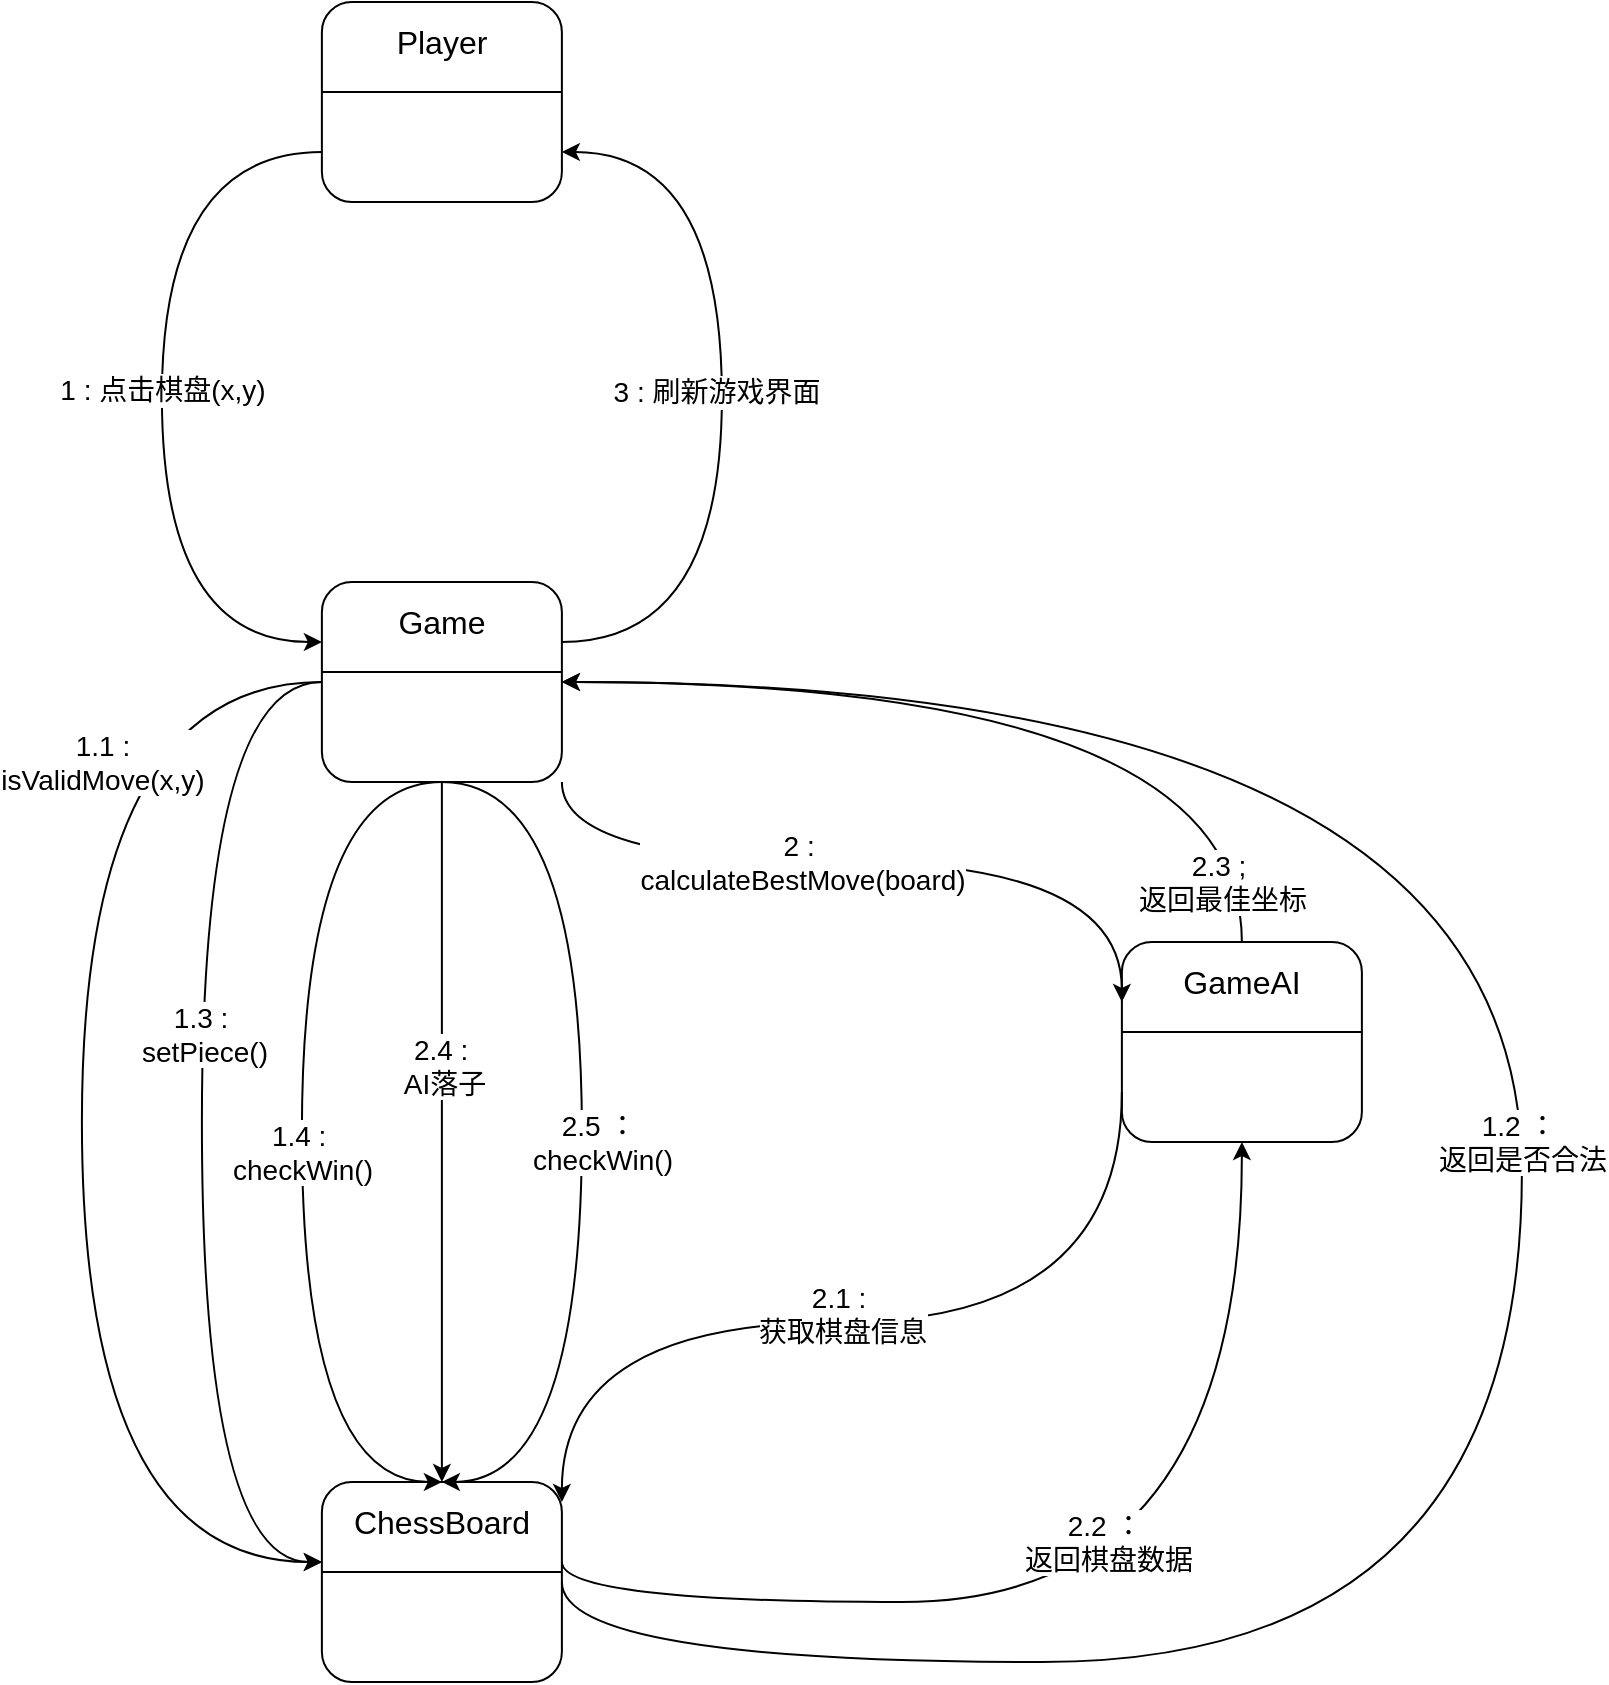
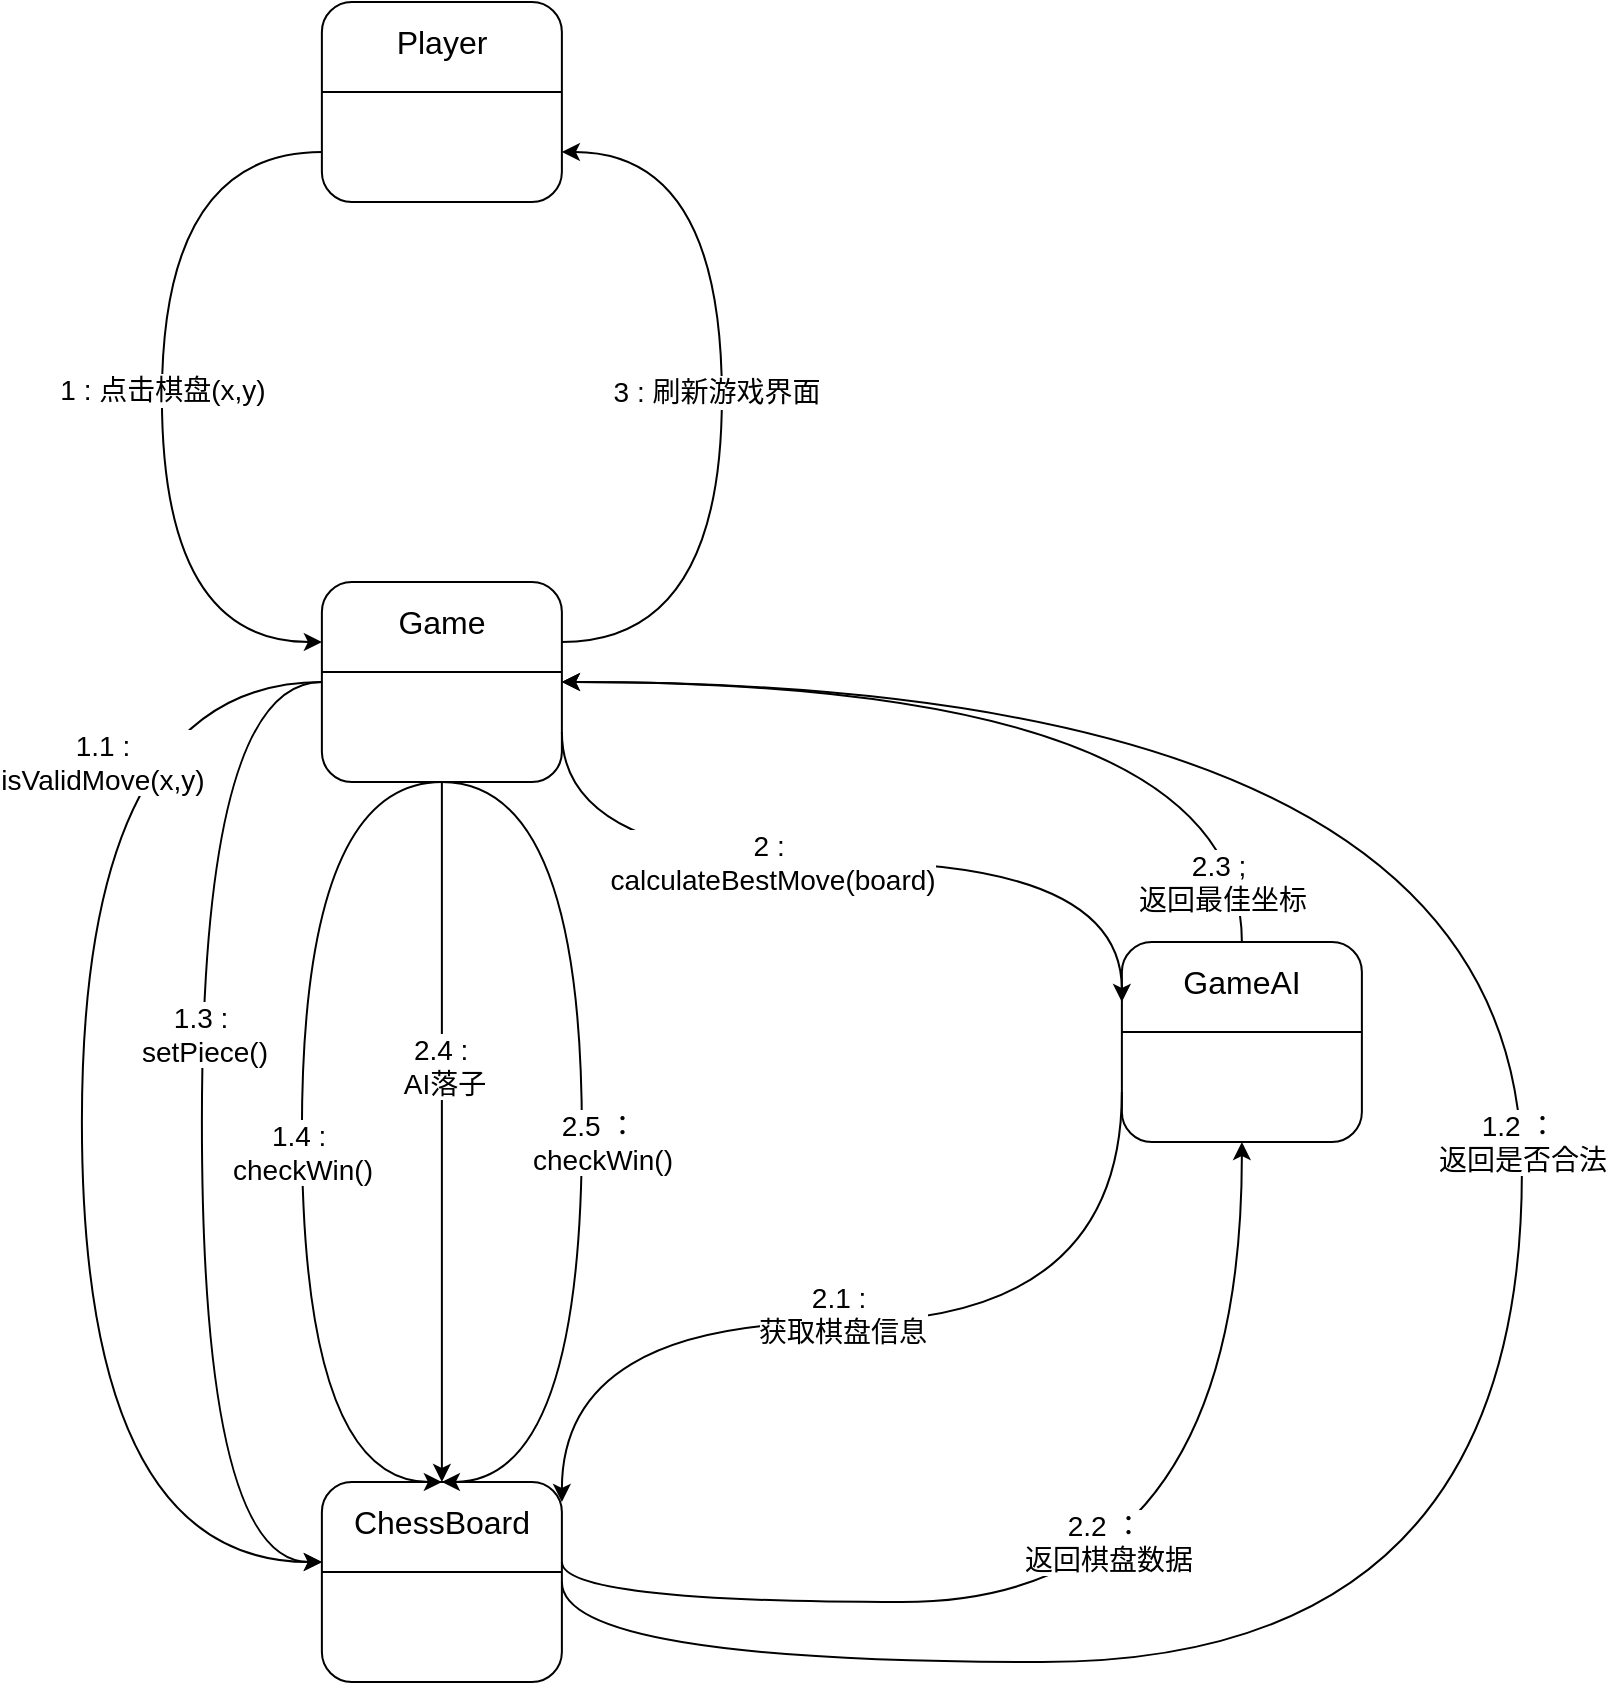
<mxfile host="app.diagrams.net">
  <diagram name="Page-1" id="scKqZ4Ft1v-GedZc2uOX">
    <mxGraphModel dx="1451" dy="1011" grid="1" gridSize="10" guides="1" tooltips="1" connect="1" arrows="1" fold="1" page="1" pageScale="1" pageWidth="827" pageHeight="1169" math="0" shadow="0">
      <root>
        <mxCell id="0" />
        <mxCell id="1" parent="0" />
        <mxCell id="xnMp0KKMuDzxfNIOmu3A-4" connectable="0" parent="1" style="group" value="" vertex="1">
          <mxGeometry height="100" width="120" x="172.94" y="190" as="geometry" />
        </mxCell>
        <mxCell id="xnMp0KKMuDzxfNIOmu3A-1" parent="xnMp0KKMuDzxfNIOmu3A-4" style="rounded=1;whiteSpace=wrap;html=1;" value="" vertex="1">
          <mxGeometry height="100" width="120" as="geometry" />
        </mxCell>
        <mxCell id="xnMp0KKMuDzxfNIOmu3A-2" parent="xnMp0KKMuDzxfNIOmu3A-4" style="line;strokeWidth=1;rotatable=0;dashed=0;labelPosition=right;align=left;verticalAlign=middle;spacingTop=0;spacingLeft=6;points=[];portConstraint=eastwest;" value="" vertex="1">
          <mxGeometry height="10" width="120" y="40" as="geometry" />
        </mxCell>
        <mxCell id="xnMp0KKMuDzxfNIOmu3A-3" parent="xnMp0KKMuDzxfNIOmu3A-4" style="text;html=1;whiteSpace=wrap;strokeColor=none;fillColor=none;align=center;verticalAlign=middle;rounded=0;" value="&lt;font style=&quot;font-size: 16px;&quot;&gt;Player&lt;/font&gt;" vertex="1">
          <mxGeometry height="40" width="120" as="geometry" />
        </mxCell>
        <mxCell id="xnMp0KKMuDzxfNIOmu3A-5" connectable="0" parent="1" style="group" value="" vertex="1">
          <mxGeometry height="100" width="120" x="172.94" y="480" as="geometry" />
        </mxCell>
        <mxCell id="xnMp0KKMuDzxfNIOmu3A-6" parent="xnMp0KKMuDzxfNIOmu3A-5" style="rounded=1;whiteSpace=wrap;html=1;" value="" vertex="1">
          <mxGeometry height="100" width="120" as="geometry" />
        </mxCell>
        <mxCell id="xnMp0KKMuDzxfNIOmu3A-7" parent="xnMp0KKMuDzxfNIOmu3A-5" style="line;strokeWidth=1;rotatable=0;dashed=0;labelPosition=right;align=left;verticalAlign=middle;spacingTop=0;spacingLeft=6;points=[];portConstraint=eastwest;" value="" vertex="1">
          <mxGeometry height="10" width="120" y="40" as="geometry" />
        </mxCell>
        <mxCell id="xnMp0KKMuDzxfNIOmu3A-8" parent="xnMp0KKMuDzxfNIOmu3A-5" style="text;html=1;whiteSpace=wrap;strokeColor=none;fillColor=none;align=center;verticalAlign=middle;rounded=0;" value="&lt;font style=&quot;font-size: 16px;&quot;&gt;Game&lt;/font&gt;" vertex="1">
          <mxGeometry height="40" width="120" as="geometry" />
        </mxCell>
        <mxCell id="xnMp0KKMuDzxfNIOmu3A-9" connectable="0" parent="1" style="group" value="" vertex="1">
          <mxGeometry height="100" width="120" x="172.94" y="930" as="geometry" />
        </mxCell>
        <mxCell id="xnMp0KKMuDzxfNIOmu3A-10" parent="xnMp0KKMuDzxfNIOmu3A-9" style="rounded=1;whiteSpace=wrap;html=1;" value="" vertex="1">
          <mxGeometry height="100" width="120" as="geometry" />
        </mxCell>
        <mxCell id="xnMp0KKMuDzxfNIOmu3A-11" parent="xnMp0KKMuDzxfNIOmu3A-9" style="line;strokeWidth=1;rotatable=0;dashed=0;labelPosition=right;align=left;verticalAlign=middle;spacingTop=0;spacingLeft=6;points=[];portConstraint=eastwest;" value="" vertex="1">
          <mxGeometry height="10" width="120" y="40" as="geometry" />
        </mxCell>
        <mxCell id="xnMp0KKMuDzxfNIOmu3A-12" parent="xnMp0KKMuDzxfNIOmu3A-9" style="text;html=1;whiteSpace=wrap;strokeColor=none;fillColor=none;align=center;verticalAlign=middle;rounded=0;" value="&lt;font style=&quot;font-size: 16px;&quot;&gt;ChessBoard&lt;/font&gt;" vertex="1">
          <mxGeometry height="40" width="120" as="geometry" />
        </mxCell>
        <mxCell id="xnMp0KKMuDzxfNIOmu3A-13" connectable="0" parent="1" style="group" value="" vertex="1">
          <mxGeometry height="100" width="120" x="572.94" y="660" as="geometry" />
        </mxCell>
        <mxCell id="xnMp0KKMuDzxfNIOmu3A-14" parent="xnMp0KKMuDzxfNIOmu3A-13" style="rounded=1;whiteSpace=wrap;html=1;" value="" vertex="1">
          <mxGeometry height="100" width="120" as="geometry" />
        </mxCell>
        <mxCell id="xnMp0KKMuDzxfNIOmu3A-15" parent="xnMp0KKMuDzxfNIOmu3A-13" style="line;strokeWidth=1;rotatable=0;dashed=0;labelPosition=right;align=left;verticalAlign=middle;spacingTop=0;spacingLeft=6;points=[];portConstraint=eastwest;" value="" vertex="1">
          <mxGeometry height="10" width="120" y="40" as="geometry" />
        </mxCell>
        <mxCell id="xnMp0KKMuDzxfNIOmu3A-16" parent="xnMp0KKMuDzxfNIOmu3A-13" style="text;html=1;whiteSpace=wrap;strokeColor=none;fillColor=none;align=center;verticalAlign=middle;rounded=0;" value="&lt;font style=&quot;font-size: 16px;&quot;&gt;GameAI&lt;/font&gt;" vertex="1">
          <mxGeometry height="40" width="120" as="geometry" />
        </mxCell>
        <mxCell id="xnMp0KKMuDzxfNIOmu3A-17" edge="1" parent="1" source="xnMp0KKMuDzxfNIOmu3A-1" style="edgeStyle=orthogonalEdgeStyle;rounded=0;orthogonalLoop=1;jettySize=auto;html=1;exitX=0;exitY=0.75;exitDx=0;exitDy=0;entryX=0;entryY=0.75;entryDx=0;entryDy=0;curved=1;" target="xnMp0KKMuDzxfNIOmu3A-8">
          <mxGeometry relative="1" as="geometry">
            <Array as="points">
              <mxPoint x="92.94" y="265" />
              <mxPoint x="92.94" y="510" />
            </Array>
          </mxGeometry>
        </mxCell>
        <mxCell id="xnMp0KKMuDzxfNIOmu3A-23" connectable="0" parent="xnMp0KKMuDzxfNIOmu3A-17" style="edgeLabel;html=1;align=center;verticalAlign=middle;resizable=0;points=[];" value="&lt;span style=&quot;color: rgba(0, 0, 0, 0); font-family: monospace; font-size: 0px; text-align: start; background-color: rgb(27, 29, 30);&quot;&gt;%3CmxGraphModel%3E%3Croot%3E%3CmxCell%20id%3D%220%22%2F%3E%3CmxCell%20id%3D%221%22%20parent%3D%220%22%2F%3E%3CmxCell%20id%3D%222%22%20parent%3D%221%22%20style%3D%22text%3Bhtml%3D1%3BwhiteSpace%3Dwrap%3BstrokeColor%3Dnone%3BfillColor%3Dnone%3Balign%3Dcenter%3BverticalAlign%3Dmiddle%3Brounded%3D0%3B%22%20value%3D%221%20%3A%20%E7%82%B9%E5%87%BB%E6%A3%8B%E7%9B%98(x%2Cy)%22%20vertex%3D%221%22%3E%3CmxGeometry%20height%3D%2230%22%20width%3D%2290%22%20x%3D%22130%22%20y%3D%22310%22%20as%3D%22geometry%22%2F%3E%3C%2FmxCell%3E%3C%2Froot%3E%3C%2FmxGraphModel%3E&lt;/span&gt;" vertex="1">
          <mxGeometry relative="1" x="0.0289" y="-3" as="geometry">
            <mxPoint y="-1" as="offset" />
          </mxGeometry>
        </mxCell>
        <mxCell id="xnMp0KKMuDzxfNIOmu3A-24" connectable="0" parent="xnMp0KKMuDzxfNIOmu3A-17" style="edgeLabel;html=1;align=center;verticalAlign=middle;resizable=0;points=[];" value="&lt;font style=&quot;font-size: 14px;&quot;&gt;1 : 点击棋盘(x,y)&lt;/font&gt;" vertex="1">
          <mxGeometry relative="1" x="-0.0112" as="geometry">
            <mxPoint y="-1" as="offset" />
          </mxGeometry>
        </mxCell>
        <mxCell id="xnMp0KKMuDzxfNIOmu3A-19" edge="1" parent="1" source="xnMp0KKMuDzxfNIOmu3A-8" style="edgeStyle=orthogonalEdgeStyle;rounded=0;orthogonalLoop=1;jettySize=auto;html=1;exitX=1;exitY=0.75;exitDx=0;exitDy=0;entryX=1;entryY=0.75;entryDx=0;entryDy=0;curved=1;" target="xnMp0KKMuDzxfNIOmu3A-1">
          <mxGeometry relative="1" as="geometry">
            <Array as="points">
              <mxPoint x="372.94" y="510" />
              <mxPoint x="372.94" y="265" />
            </Array>
          </mxGeometry>
        </mxCell>
        <mxCell id="xnMp0KKMuDzxfNIOmu3A-25" connectable="0" parent="xnMp0KKMuDzxfNIOmu3A-19" style="edgeLabel;html=1;align=center;verticalAlign=middle;resizable=0;points=[];" value="&lt;font style=&quot;font-size: 14px;&quot;&gt;3 : 刷新游戏界面&lt;/font&gt;" vertex="1">
          <mxGeometry relative="1" x="0.0112" y="3" as="geometry">
            <mxPoint as="offset" />
          </mxGeometry>
        </mxCell>
        <mxCell id="xnMp0KKMuDzxfNIOmu3A-29" edge="1" parent="1" source="xnMp0KKMuDzxfNIOmu3A-6" style="edgeStyle=orthogonalEdgeStyle;rounded=0;orthogonalLoop=1;jettySize=auto;html=1;exitX=0;exitY=0.5;exitDx=0;exitDy=0;entryX=0;entryY=1;entryDx=0;entryDy=0;curved=1;" target="xnMp0KKMuDzxfNIOmu3A-12">
          <mxGeometry relative="1" as="geometry">
            <Array as="points">
              <mxPoint x="52.94" y="530" />
              <mxPoint x="52.94" y="970" />
            </Array>
          </mxGeometry>
        </mxCell>
        <mxCell id="xnMp0KKMuDzxfNIOmu3A-30" connectable="0" parent="xnMp0KKMuDzxfNIOmu3A-29" style="edgeLabel;html=1;align=center;verticalAlign=middle;resizable=0;points=[];" value="&lt;font style=&quot;font-size: 14px;&quot;&gt;1.1 :&lt;/font&gt;&lt;div&gt;&lt;font style=&quot;font-size: 14px;&quot;&gt;isValidMove(x,y)&lt;/font&gt;&lt;/div&gt;" vertex="1">
          <mxGeometry relative="1" x="0.1434" y="1" as="geometry">
            <mxPoint x="9" y="-229" as="offset" />
          </mxGeometry>
        </mxCell>
        <mxCell id="xnMp0KKMuDzxfNIOmu3A-32" edge="1" parent="1" source="xnMp0KKMuDzxfNIOmu3A-6" style="edgeStyle=orthogonalEdgeStyle;rounded=0;orthogonalLoop=1;jettySize=auto;html=1;exitX=0;exitY=0.5;exitDx=0;exitDy=0;entryX=0;entryY=1;entryDx=0;entryDy=0;curved=1;" target="xnMp0KKMuDzxfNIOmu3A-12">
          <mxGeometry relative="1" as="geometry">
            <Array as="points">
              <mxPoint x="112.94" y="530" />
              <mxPoint x="112.94" y="970" />
            </Array>
          </mxGeometry>
        </mxCell>
        <mxCell id="xnMp0KKMuDzxfNIOmu3A-33" connectable="0" parent="xnMp0KKMuDzxfNIOmu3A-32" style="edgeLabel;html=1;align=center;verticalAlign=middle;resizable=0;points=[];" value="&lt;font style=&quot;font-size: 14px;&quot;&gt;1.3 :&amp;nbsp;&lt;/font&gt;&lt;div&gt;&lt;font style=&quot;font-size: 14px;&quot;&gt;setPiece()&lt;/font&gt;&lt;/div&gt;" vertex="1">
          <mxGeometry relative="1" x="-0.1575" y="1" as="geometry">
            <mxPoint as="offset" />
          </mxGeometry>
        </mxCell>
        <mxCell id="xnMp0KKMuDzxfNIOmu3A-34" edge="1" parent="1" source="xnMp0KKMuDzxfNIOmu3A-6" style="edgeStyle=orthogonalEdgeStyle;rounded=0;orthogonalLoop=1;jettySize=auto;html=1;exitX=0.5;exitY=1;exitDx=0;exitDy=0;entryX=0.5;entryY=0;entryDx=0;entryDy=0;curved=1;" target="xnMp0KKMuDzxfNIOmu3A-12">
          <mxGeometry relative="1" as="geometry">
            <Array as="points">
              <mxPoint x="162.94" y="580" />
              <mxPoint x="162.94" y="930" />
            </Array>
          </mxGeometry>
        </mxCell>
        <mxCell id="xnMp0KKMuDzxfNIOmu3A-35" connectable="0" parent="xnMp0KKMuDzxfNIOmu3A-34" style="edgeLabel;html=1;align=center;verticalAlign=middle;resizable=0;points=[];" value="&lt;font style=&quot;font-size: 14px;&quot;&gt;1.4 :&amp;nbsp;&lt;/font&gt;&lt;div&gt;&lt;font style=&quot;font-size: 14px;&quot;&gt;checkWin()&lt;/font&gt;&lt;/div&gt;" vertex="1">
          <mxGeometry relative="1" x="0.0387" as="geometry">
            <mxPoint as="offset" />
          </mxGeometry>
        </mxCell>
        <mxCell id="xnMp0KKMuDzxfNIOmu3A-36" edge="1" parent="1" source="xnMp0KKMuDzxfNIOmu3A-6" style="edgeStyle=orthogonalEdgeStyle;rounded=0;orthogonalLoop=1;jettySize=auto;html=1;exitX=0.5;exitY=1;exitDx=0;exitDy=0;entryX=0.5;entryY=0;entryDx=0;entryDy=0;" target="xnMp0KKMuDzxfNIOmu3A-12">
          <mxGeometry relative="1" as="geometry" />
        </mxCell>
        <mxCell id="xnMp0KKMuDzxfNIOmu3A-37" connectable="0" parent="xnMp0KKMuDzxfNIOmu3A-36" style="edgeLabel;html=1;align=center;verticalAlign=middle;resizable=0;points=[];" value="&lt;font style=&quot;font-size: 14px;&quot;&gt;2.4 :&amp;nbsp;&lt;/font&gt;&lt;div&gt;&lt;font style=&quot;font-size: 14px;&quot;&gt;AI落子&lt;/font&gt;&lt;/div&gt;" vertex="1">
          <mxGeometry relative="1" x="-0.1907" y="1" as="geometry">
            <mxPoint as="offset" />
          </mxGeometry>
        </mxCell>
        <mxCell id="xnMp0KKMuDzxfNIOmu3A-38" edge="1" parent="1" source="xnMp0KKMuDzxfNIOmu3A-6" style="edgeStyle=orthogonalEdgeStyle;rounded=0;orthogonalLoop=1;jettySize=auto;html=1;exitX=0.5;exitY=1;exitDx=0;exitDy=0;entryX=0.5;entryY=0;entryDx=0;entryDy=0;curved=1;" target="xnMp0KKMuDzxfNIOmu3A-12">
          <mxGeometry relative="1" as="geometry">
            <Array as="points">
              <mxPoint x="302.94" y="580" />
              <mxPoint x="302.94" y="930" />
            </Array>
          </mxGeometry>
        </mxCell>
        <mxCell id="xnMp0KKMuDzxfNIOmu3A-39" connectable="0" parent="xnMp0KKMuDzxfNIOmu3A-38" style="edgeLabel;html=1;align=center;verticalAlign=middle;resizable=0;points=[];" value="&lt;font style=&quot;font-size: 14px;&quot;&gt;2.5 ：&amp;nbsp;&lt;/font&gt;&lt;div&gt;&lt;font style=&quot;font-size: 14px;&quot;&gt;checkWin()&lt;/font&gt;&lt;/div&gt;" vertex="1">
          <mxGeometry relative="1" x="0.0737" as="geometry">
            <mxPoint x="10" y="-13" as="offset" />
          </mxGeometry>
        </mxCell>
-         <mxCell id="xnMp0KKMuDzxfNIOmu3A-40" edge="1" parent="1" source="xnMp0KKMuDzxfNIOmu3A-6" style="edgeStyle=orthogonalEdgeStyle;rounded=0;orthogonalLoop=1;jettySize=auto;html=1;exitX=1;exitY=1;exitDx=0;exitDy=0;entryX=0;entryY=0.75;entryDx=0;entryDy=0;curved=1;" target="xnMp0KKMuDzxfNIOmu3A-16">
-           <mxGeometry relative="1" as="geometry">
-             <Array as="points">
-               <mxPoint x="292.94" y="620" />
-               <mxPoint x="572.94" y="620" />
+         <mxCell id="xnMp0KKMuDzxfNIOmu3A-40" edge="1" parent="1" source="xnMp0KKMuDzxfNIOmu3A-6" style="edgeStyle=orthogonalEdgeStyle;rounded=0;orthogonalLoop=1;jettySize=auto;html=1;exitX=1;exitY=0.75;exitDx=0;exitDy=0;entryX=0;entryY=0.75;entryDx=0;entryDy=0;curved=1;" target="xnMp0KKMuDzxfNIOmu3A-16">
+           <mxGeometry relative="1" as="geometry">
+             <Array as="points">
+               <mxPoint x="293" y="620" />
+               <mxPoint x="573" y="620" />
            </Array>
          </mxGeometry>
        </mxCell>
        <mxCell id="xnMp0KKMuDzxfNIOmu3A-41" connectable="0" parent="xnMp0KKMuDzxfNIOmu3A-40" style="edgeLabel;html=1;align=center;verticalAlign=middle;resizable=0;points=[];" value="&lt;font style=&quot;font-size: 14px;&quot;&gt;2 :&amp;nbsp;&lt;/font&gt;&lt;div&gt;&lt;font style=&quot;font-size: 14px;&quot;&gt;calculateBestMove(board)&lt;/font&gt;&lt;/div&gt;" vertex="1">
          <mxGeometry relative="1" x="-0.1802" as="geometry">
            <mxPoint as="offset" />
          </mxGeometry>
        </mxCell>
        <mxCell id="xnMp0KKMuDzxfNIOmu3A-42" edge="1" parent="1" source="xnMp0KKMuDzxfNIOmu3A-14" style="edgeStyle=orthogonalEdgeStyle;rounded=0;orthogonalLoop=1;jettySize=auto;html=1;exitX=0;exitY=0.75;exitDx=0;exitDy=0;entryX=1;entryY=0.25;entryDx=0;entryDy=0;curved=1;" target="xnMp0KKMuDzxfNIOmu3A-12">
          <mxGeometry relative="1" as="geometry">
            <Array as="points">
              <mxPoint x="572.94" y="850" />
              <mxPoint x="292.94" y="850" />
            </Array>
          </mxGeometry>
        </mxCell>
        <mxCell id="xnMp0KKMuDzxfNIOmu3A-43" connectable="0" parent="xnMp0KKMuDzxfNIOmu3A-42" style="edgeLabel;html=1;align=center;verticalAlign=middle;resizable=0;points=[];" value="&lt;font style=&quot;font-size: 14px;&quot;&gt;2.1 :&amp;nbsp;&lt;/font&gt;&lt;div&gt;&lt;font style=&quot;font-size: 14px;&quot;&gt;获取棋盘信息&lt;/font&gt;&lt;/div&gt;" vertex="1">
          <mxGeometry relative="1" x="0.0562" y="-4" as="geometry">
            <mxPoint x="1" as="offset" />
          </mxGeometry>
        </mxCell>
        <mxCell id="xnMp0KKMuDzxfNIOmu3A-44" edge="1" parent="1" source="xnMp0KKMuDzxfNIOmu3A-12" style="edgeStyle=orthogonalEdgeStyle;rounded=0;orthogonalLoop=1;jettySize=auto;html=1;exitX=1;exitY=1;exitDx=0;exitDy=0;entryX=0.5;entryY=1;entryDx=0;entryDy=0;curved=1;" target="xnMp0KKMuDzxfNIOmu3A-14">
          <mxGeometry relative="1" as="geometry" />
        </mxCell>
        <mxCell id="xnMp0KKMuDzxfNIOmu3A-45" connectable="0" parent="xnMp0KKMuDzxfNIOmu3A-44" style="edgeLabel;html=1;align=center;verticalAlign=middle;resizable=0;points=[];" value="&lt;font style=&quot;font-size: 14px;&quot;&gt;2.2 ：&amp;nbsp;&lt;/font&gt;&lt;div&gt;&lt;font style=&quot;font-size: 14px;&quot;&gt;返回棋盘数据&lt;/font&gt;&lt;/div&gt;" vertex="1">
          <mxGeometry relative="1" x="-0.0077" y="30" as="geometry">
            <mxPoint as="offset" />
          </mxGeometry>
        </mxCell>
        <mxCell id="xnMp0KKMuDzxfNIOmu3A-46" edge="1" parent="1" source="xnMp0KKMuDzxfNIOmu3A-10" style="edgeStyle=orthogonalEdgeStyle;rounded=0;orthogonalLoop=1;jettySize=auto;html=1;exitX=1;exitY=0.5;exitDx=0;exitDy=0;entryX=1;entryY=0.5;entryDx=0;entryDy=0;curved=1;" target="xnMp0KKMuDzxfNIOmu3A-6">
          <mxGeometry relative="1" as="geometry">
            <Array as="points">
              <mxPoint x="292.94" y="1020" />
              <mxPoint x="772.94" y="1020" />
              <mxPoint x="772.94" y="530" />
            </Array>
          </mxGeometry>
        </mxCell>
        <mxCell id="xnMp0KKMuDzxfNIOmu3A-47" connectable="0" parent="xnMp0KKMuDzxfNIOmu3A-46" style="edgeLabel;html=1;align=center;verticalAlign=middle;resizable=0;points=[];" value="&lt;font style=&quot;font-size: 14px;&quot;&gt;1.2 ：&amp;nbsp;&lt;/font&gt;&lt;div&gt;&lt;font style=&quot;font-size: 14px;&quot;&gt;返回是否合法&lt;/font&gt;&lt;/div&gt;" vertex="1">
          <mxGeometry relative="1" x="0.0295" y="3" as="geometry">
            <mxPoint x="3" y="-13" as="offset" />
          </mxGeometry>
        </mxCell>
        <mxCell id="xnMp0KKMuDzxfNIOmu3A-49" edge="1" parent="1" source="xnMp0KKMuDzxfNIOmu3A-16" style="edgeStyle=orthogonalEdgeStyle;rounded=0;orthogonalLoop=1;jettySize=auto;html=1;exitX=0.5;exitY=0;exitDx=0;exitDy=0;entryX=1;entryY=0.5;entryDx=0;entryDy=0;curved=1;" target="xnMp0KKMuDzxfNIOmu3A-6">
          <mxGeometry relative="1" as="geometry" />
        </mxCell>
        <mxCell id="xnMp0KKMuDzxfNIOmu3A-50" connectable="0" parent="xnMp0KKMuDzxfNIOmu3A-49" style="edgeLabel;html=1;align=center;verticalAlign=middle;resizable=0;points=[];" value="&lt;font style=&quot;font-size: 14px;&quot;&gt;2.3 ;&amp;nbsp;&lt;/font&gt;&lt;div&gt;&lt;font style=&quot;font-size: 14px;&quot;&gt;返回最佳坐标&lt;/font&gt;&lt;/div&gt;" vertex="1">
          <mxGeometry relative="1" x="-0.7151" y="32" as="geometry">
            <mxPoint x="22" y="37" as="offset" />
          </mxGeometry>
        </mxCell>
      </root>
    </mxGraphModel>
  </diagram>
</mxfile>
